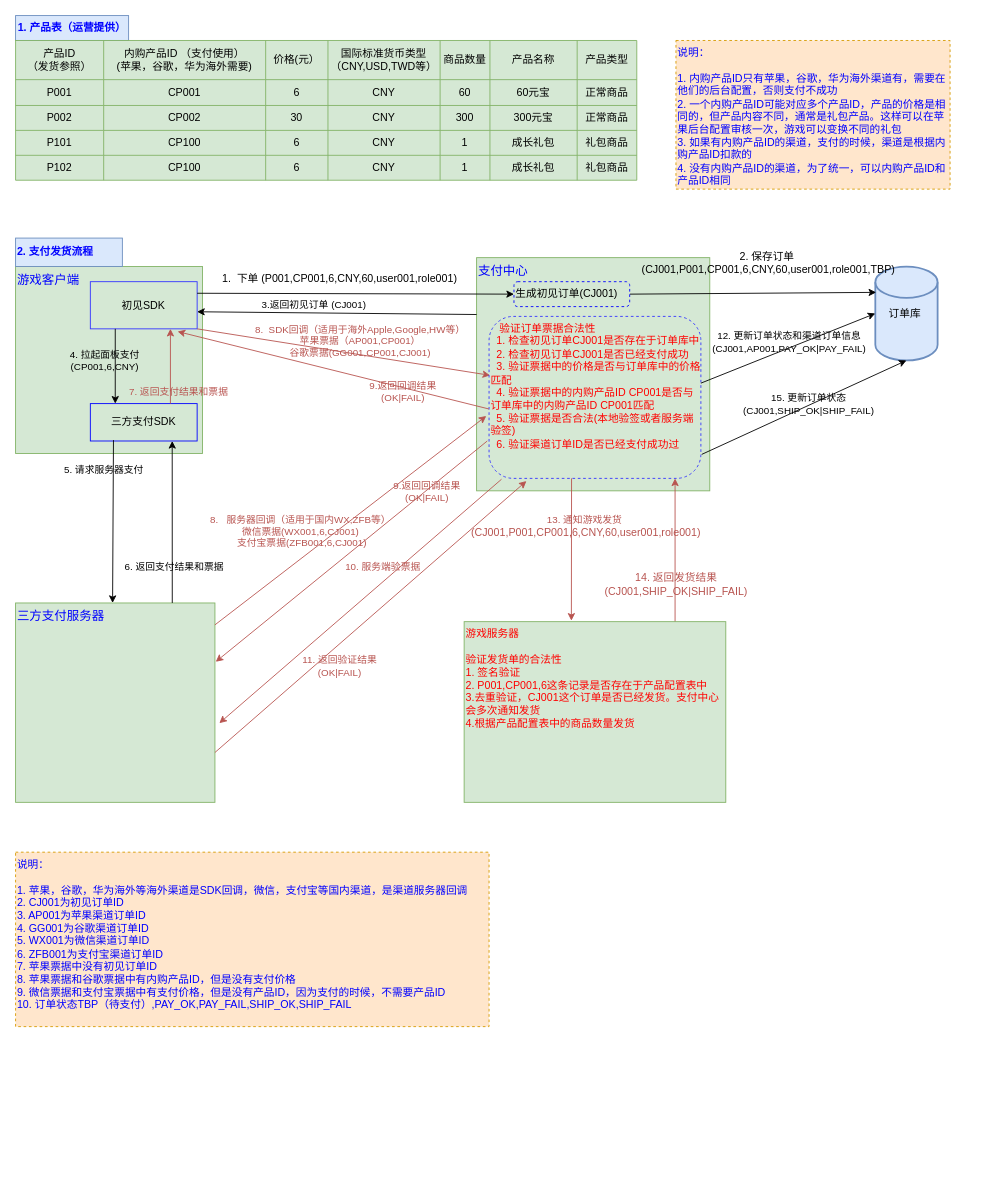
Above: 支付发货流程.drawio in pangqiren/diagram (draw.io), before the change. Source tidied: cells renumbered, new cells numbered last; positions are measured from the earlier drawing's top-left corner, leaving out a move shared by most shapes. Both pictures are drawn from the tidied source at 89%, with x=0, y=0 at pixel (15, 15).
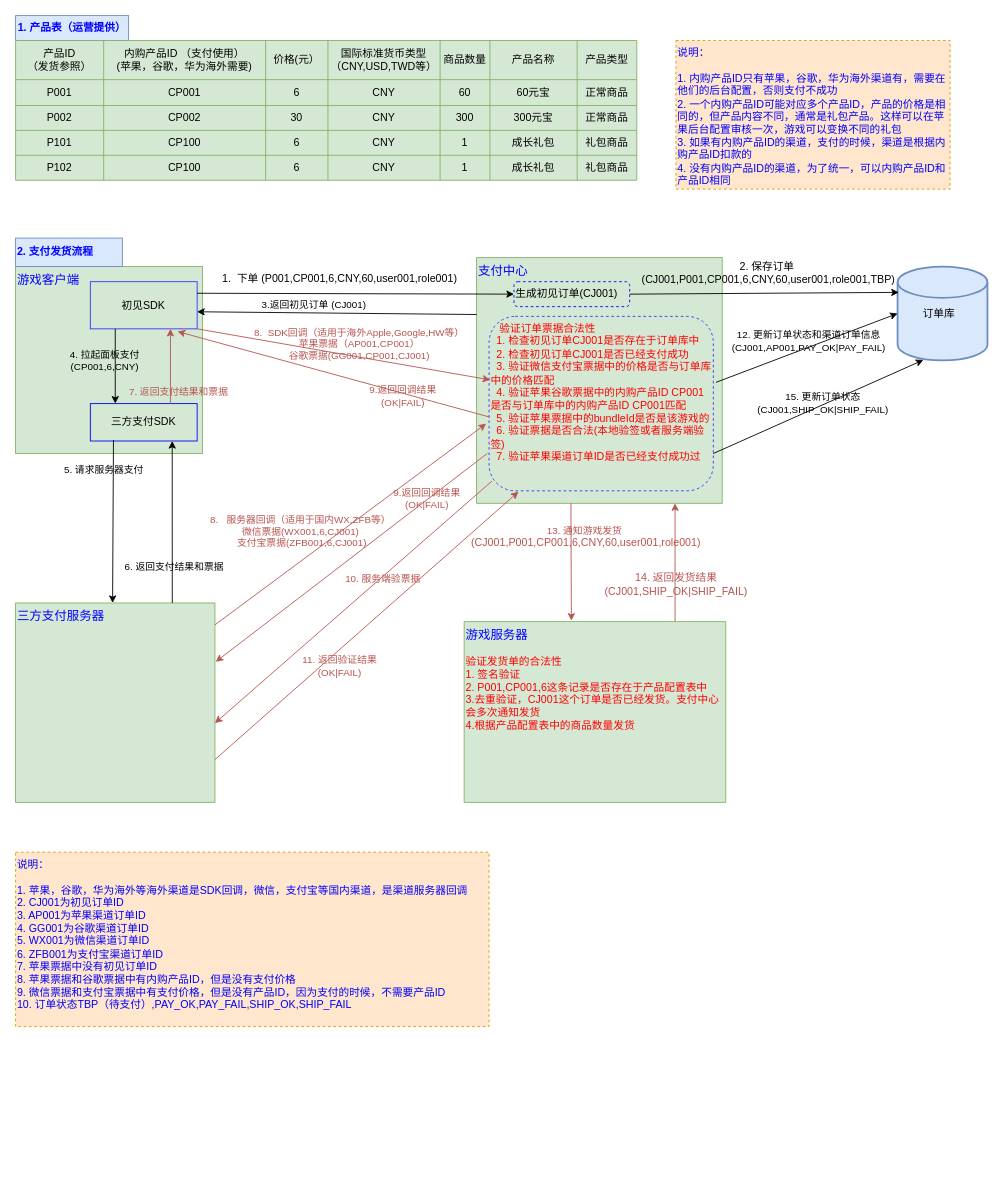
Above is the later version.

Commit message:
Update 支付发货流程.drawio

Unchanged cells that the change refers to:
```xml
<mxCell id="48" value="&lt;font style=&quot;font-size: 14px&quot; color=&quot;#0000ff&quot;&gt;三方支付服务器&lt;/font&gt;" style="whiteSpace=wrap;html=1;align=left;verticalAlign=top;fillColor=#d5e8d4;strokeColor=#82b366;" parent="1" vertex="1">
  <mxGeometry y="660" width="224" height="224" as="geometry" />
</mxCell>
```

Diff of the diagram source:
```diff
@@
     <mxCell id="6" value="&lt;font style=&quot;font-size: 14px&quot; color=&quot;#0000ff&quot;&gt;支付中心&lt;/font&gt;" style="whiteSpace=wrap;html=1;align=left;verticalAlign=top;fillColor=#d5e8d4;strokeColor=#82b366;" parent="1" vertex="1">
-      <mxGeometry x="518" y="272" width="262" height="262" as="geometry" />
+      <mxGeometry x="518" y="272" width="276" height="276" as="geometry" />
     </mxCell>
@@
-    <mxCell id="49" value="&amp;nbsp; &amp;nbsp; 订单库" style="strokeWidth=2;html=1;shape=mxgraph.flowchart.database;whiteSpace=wrap;align=left;verticalAlign=middle;fillColor=#dae8fc;strokeColor=#6c8ebf;" parent="1" vertex="1">
-      <mxGeometry x="966" y="282" width="70" height="105.5" as="geometry" />
+    <mxCell id="49" value="&amp;nbsp; &amp;nbsp; &amp;nbsp; &amp;nbsp; 订单库" style="strokeWidth=2;html=1;shape=mxgraph.flowchart.database;whiteSpace=wrap;align=left;verticalAlign=middle;fillColor=#dae8fc;strokeColor=#6c8ebf;" parent="1" vertex="1">
+      <mxGeometry x="991" y="282" width="101" height="105.5" as="geometry" />
     </mxCell>
@@
     <mxCell id="53" value="&lt;div&gt;&lt;span&gt;2. 保存订单&lt;/span&gt;&lt;/div&gt;&amp;nbsp;(CJ001,P001,CP001,6,CNY,60,user001,role001,TBP)" style="text;html=1;align=center;verticalAlign=middle;" parent="1" vertex="1">
-      <mxGeometry x="690" y="257" width="308" height="42" as="geometry" />
+      <mxGeometry x="690" y="268" width="308" height="42" as="geometry" />
     </mxCell>
@@
-    <mxCell id="69" value="&lt;font color=&quot;#ff0000&quot;&gt;&amp;nbsp; &amp;nbsp;验证订单票据合法性&lt;br&gt;&amp;nbsp; 1. 检查初见订单CJ001是否存在于订单库中&lt;br&gt;&amp;nbsp; 2. 检查初见订单CJ001是否已经支付成功&lt;br&gt;&amp;nbsp; 3. 验证票据中的价格是否与订单库中的价格匹配&lt;br&gt;&amp;nbsp; 4. 验证票据中的内购产品ID CP001是否与订单库中的内购产品ID CP001匹配&lt;br&gt;&amp;nbsp; 5. 验证票据是否合法(本地验签或者服务端验签)&lt;br&gt;&amp;nbsp; 6. 验证渠道订单ID是否已经支付成功过&lt;/font&gt;" style="rounded=1;whiteSpace=wrap;html=1;align=left;verticalAlign=top;fillColor=#d5e8d4;strokeColor=#3333FF;dashed=1;" parent="1" vertex="1">
-      <mxGeometry x="532" y="338" width="238" height="182" as="geometry" />
+    <mxCell id="69" value="&lt;font color=&quot;#ff0000&quot;&gt;&amp;nbsp; &amp;nbsp;验证订单票据合法性&lt;br&gt;&amp;nbsp; 1. 检查初见订单CJ001是否存在于订单库中&lt;br&gt;&amp;nbsp; 2. 检查初见订单CJ001是否已经支付成功&lt;br&gt;&amp;nbsp; 3. 验证微信支付宝票据中的价格是否与订单库中的价格匹配&lt;br&gt;&amp;nbsp; 4. 验证苹果谷歌票据中的内购产品ID CP001是否与订单库中的内购产品ID CP001匹配&lt;br&gt;&amp;nbsp; 5. 验证苹果票据中的bundleId是否是该游戏的&lt;br&gt;&amp;nbsp; 6. 验证票据是否合法(本地验签或者服务端验签)&lt;br&gt;&amp;nbsp; 7. 验证苹果渠道订单ID是否已经支付成功过&lt;/font&gt;" style="rounded=1;whiteSpace=wrap;html=1;align=left;verticalAlign=top;fillColor=#d5e8d4;strokeColor=#3333FF;dashed=1;" parent="1" vertex="1">
+      <mxGeometry x="532" y="338" width="252" height="196" as="geometry" />
     </mxCell>
-    <mxCell id="70" style="endArrow=classic;html=1;entryX=0;entryY=0.5;entryDx=0;entryDy=0;entryPerimeter=0;" parent="1" edge="1" target="49">
-      <mxGeometry relative="1" as="geometry">
-        <mxPoint x="770" y="413" as="sourcePoint" />
-      </mxGeometry>
+    <mxCell id="70" style="endArrow=classic;html=1;entryX=0;entryY=0.5;entryDx=0;entryDy=0;entryPerimeter=0;exitX=1.012;exitY=0.378;exitDx=0;exitDy=0;exitPerimeter=0;" parent="1" edge="1" source="69" target="49">
+      <mxGeometry relative="1" as="geometry" />
     </mxCell>
@@
-    <mxCell id="72" style="endArrow=classic;html=1;entryX=0.278;entryY=-0.004;entryDx=0;entryDy=0;entryPerimeter=0;exitX=0.268;exitY=0.947;exitDx=0;exitDy=0;exitPerimeter=0;strokeColor=#B85450;" parent="1" edge="1">
+    <mxCell id="72" style="endArrow=classic;html=1;entryX=0.278;entryY=-0.004;entryDx=0;entryDy=0;entryPerimeter=0;strokeColor=#B85450;" parent="1" edge="1">
       <mxGeometry relative="1" as="geometry">
-        <mxPoint x="624.7" y="520" as="sourcePoint" />
+        <mxPoint x="624" y="548" as="sourcePoint" />
         <mxPoint x="624.5" y="679.9" as="targetPoint" />
       </mxGeometry>
     </mxCell>
@@
-    <mxCell id="74" style="endArrow=classic;html=1;entryX=0.771;entryY=0.947;entryDx=0;entryDy=0;entryPerimeter=0;exitX=0.885;exitY=0.028;exitDx=0;exitDy=0;exitPerimeter=0;strokeColor=#B85450;" parent="1" edge="1">
+    <mxCell id="74" style="endArrow=classic;html=1;exitX=0.885;exitY=0.028;exitDx=0;exitDy=0;exitPerimeter=0;strokeColor=#B85450;" parent="1" edge="1">
       <mxGeometry relative="1" as="geometry">
         <mxPoint x="741" y="688.1" as="sourcePoint" />
-        <mxPoint x="741" y="520.1" as="targetPoint" />
+        <mxPoint x="741" y="548" as="targetPoint" />
       </mxGeometry>
     </mxCell>
@@
-    <mxCell id="76" style="endArrow=classic;html=1;exitX=1.004;exitY=0.852;exitDx=0;exitDy=0;exitPerimeter=0;entryX=0.5;entryY=1;entryDx=0;entryDy=0;entryPerimeter=0;" parent="1" edge="1" source="69" target="49">
+    <mxCell id="76" style="endArrow=classic;html=1;entryX=0.287;entryY=0.995;entryDx=0;entryDy=0;entryPerimeter=0;exitX=1;exitY=0.786;exitDx=0;exitDy=0;exitPerimeter=0;" parent="1" edge="1" source="69" target="49">
       <mxGeometry relative="1" as="geometry" />
     </mxCell>
@@
-    <mxCell id="81" style="endArrow=classic;html=1;entryX=1.022;entryY=0.603;entryDx=0;entryDy=0;entryPerimeter=0;strokeColor=#B85450;" parent="1" edge="1" target="48">
+    <mxCell id="81" style="endArrow=classic;html=1;strokeColor=#B85450;exitX=0.013;exitY=0.944;exitDx=0;exitDy=0;exitPerimeter=0;" parent="1" edge="1" source="69">
       <mxGeometry relative="1" as="geometry">
-        <mxPoint x="546" y="521" as="sourcePoint" />
+        <mxPoint x="224" y="795" as="targetPoint" />
       </mxGeometry>
     </mxCell>
     <mxCell id="82" value="10. 服务端验票据&amp;nbsp;" style="edgeLabel;html=1;align=center;verticalAlign=middle;fontColor=#B85450;labelBackgroundColor=none;" parent="81" vertex="1">
       <mxGeometry x="-0.08" y="-2" relative="1" as="geometry">
-        <mxPoint x="14.6" y="-27" as="offset" />
+        <mxPoint x="22.4" y="-13.9" as="offset" />
       </mxGeometry>
     </mxCell>
-    <mxCell id="83" value="&lt;font style=&quot;font-size: 12px&quot;&gt;&lt;font color=&quot;#ff0000&quot;&gt;游戏服务器&lt;br&gt;&lt;br&gt;&lt;font style=&quot;font-size: 12px&quot;&gt;验证发货单的合法性&lt;br&gt;1. 签名验证&lt;br&gt;2. P001,CP001,6这条记录是否存在于产品配置表中&lt;br&gt;3.去重验证，CJ001这个订单是否已经发货。支付中心会多次通知发货&lt;br&gt;&lt;/font&gt;4.根据产品配置表中的商品数量发货&lt;/font&gt;&lt;br&gt;&lt;/font&gt;" style="rounded=0;whiteSpace=wrap;html=1;shadow=0;glass=0;comic=0;align=left;fillColor=#d5e8d4;strokeColor=#82b366;verticalAlign=top;" parent="1" vertex="1">
+    <mxCell id="83" value="&lt;font&gt;&lt;font style=&quot;font-size: 14px&quot; color=&quot;#0000ff&quot;&gt;游戏服务器&lt;/font&gt;&lt;br&gt;&lt;br&gt;&lt;font style=&quot;font-size: 12px ; color: rgb(255 , 0 , 0)&quot;&gt;验证发货单的合法性&lt;br&gt;1. 签名验证&lt;br&gt;2. P001,CP001,6这条记录是否存在于产品配置表中&lt;br&gt;3.去重验证，CJ001这个订单是否已经发货。支付中心会多次通知发货&lt;br&gt;&lt;/font&gt;&lt;font color=&quot;#ff0000&quot; style=&quot;font-size: 12px&quot;&gt;4.根据产品配置表中的商品数量发货&lt;/font&gt;&lt;br&gt;&lt;/font&gt;" style="rounded=0;whiteSpace=wrap;html=1;shadow=0;glass=0;comic=0;align=left;fillColor=#d5e8d4;strokeColor=#82b366;verticalAlign=top;" parent="1" vertex="1">
       <mxGeometry x="504" y="681" width="294" height="203" as="geometry" />
     </mxCell>
-    <mxCell id="84" style="endArrow=classic;html=1;exitX=1;exitY=0.75;exitDx=0;exitDy=0;strokeColor=#B85450;" parent="1" edge="1" source="48">
+    <mxCell id="84" style="endArrow=classic;html=1;exitX=1;exitY=0.75;exitDx=0;exitDy=0;strokeColor=#B85450;entryX=0.131;entryY=1.005;entryDx=0;entryDy=0;entryPerimeter=0;" parent="1" edge="1" target="69">
       <mxGeometry relative="1" as="geometry">
-        <mxPoint x="574" y="523" as="targetPoint" />
+        <mxPoint x="224" y="836" as="sourcePoint" />
       </mxGeometry>
     </mxCell>
     <mxCell id="85" value="11. 返回验证结果&lt;br&gt;(OK|FAIL)" style="edgeLabel;html=1;align=center;verticalAlign=middle;fontColor=#B85450;labelBackgroundColor=none;" parent="84" vertex="1">
       <mxGeometry x="-0.13" y="1" relative="1" as="geometry">
-        <mxPoint x="-12.4" y="36.1" as="offset" />
+        <mxPoint x="-8.5" y="26.4" as="offset" />
       </mxGeometry>
     </mxCell>
@@
     <mxCell id="88" style="endArrow=classic;html=1;entryX=1.004;entryY=0.295;entryDx=0;entryDy=0;entryPerimeter=0;strokeColor=#B85450;" parent="1" edge="1" target="48">
       <mxGeometry relative="1" as="geometry">
-        <mxPoint x="530" y="478" as="sourcePoint" />
+        <mxPoint x="530" y="492" as="sourcePoint" />
       </mxGeometry>
     </mxCell>
```
